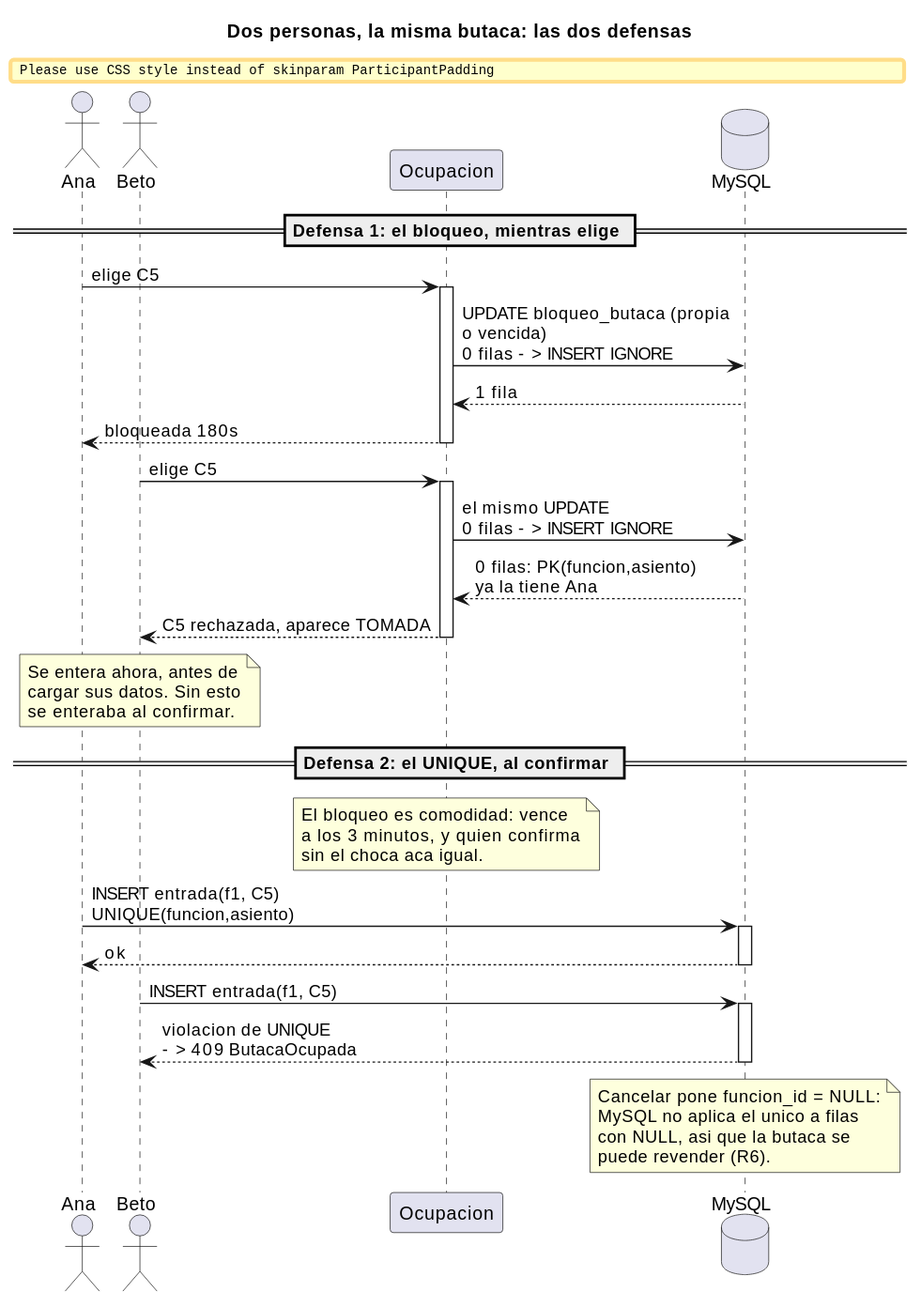
This is _other/docs/diagramas/butaca-carrera.svg from andreiveisuade/cine-uade, a PlantUML export, as it was before one commit.
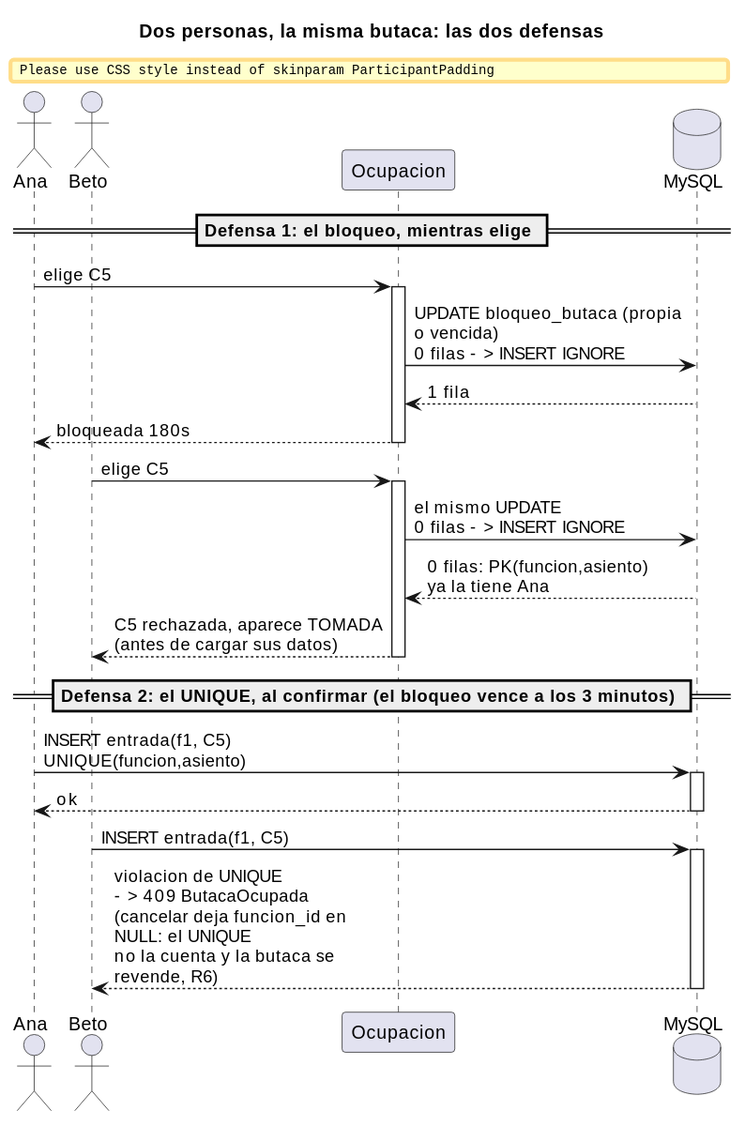
The same file after the commit.

Diff of the diagram source:
```diff
@@ -23,22 +23,10 @@
 activate Bloqueo
 Bloqueo -> DB : el mismo UPDATE\n0 filas -> INSERT IGNORE
 DB --> Bloqueo : 0 filas: PK(funcion,asiento)\nya la tiene Ana
-Bloqueo --> Beto : C5 rechazada, aparece TOMADA
+Bloqueo --> Beto : C5 rechazada, aparece TOMADA\n(antes de cargar sus datos)
 deactivate Bloqueo
 
-note over Beto
-  Se entera ahora, antes de
-  cargar sus datos. Sin esto
-  se enteraba al confirmar.
-end note
-
-== Defensa 2: el UNIQUE, al confirmar ==
-
-note over Bloqueo
-  El bloqueo es comodidad: vence
-  a los 3 minutos, y quien confirma
-  sin el choca aca igual.
-end note
+== Defensa 2: el UNIQUE, al confirmar (el bloqueo vence a los 3 minutos) ==
 
 Ana -> DB : INSERT entrada(f1, C5)\nUNIQUE(funcion,asiento)
 activate DB
@@ -47,13 +35,6 @@
 
 Beto -> DB : INSERT entrada(f1, C5)
 activate DB
-DB --> Beto : violacion de UNIQUE\n-> 409 ButacaOcupada
+DB --> Beto : violacion de UNIQUE\n-> 409 ButacaOcupada\n(cancelar deja funcion_id en NULL: el UNIQUE\nno la cuenta y la butaca se revende, R6)
 deactivate DB
-
-note over DB
-  Cancelar pone funcion_id = NULL:
-  MySQL no aplica el unico a filas
-  con NULL, asi que la butaca se
-  puede revender (R6).
-end note
 @enduml
```
